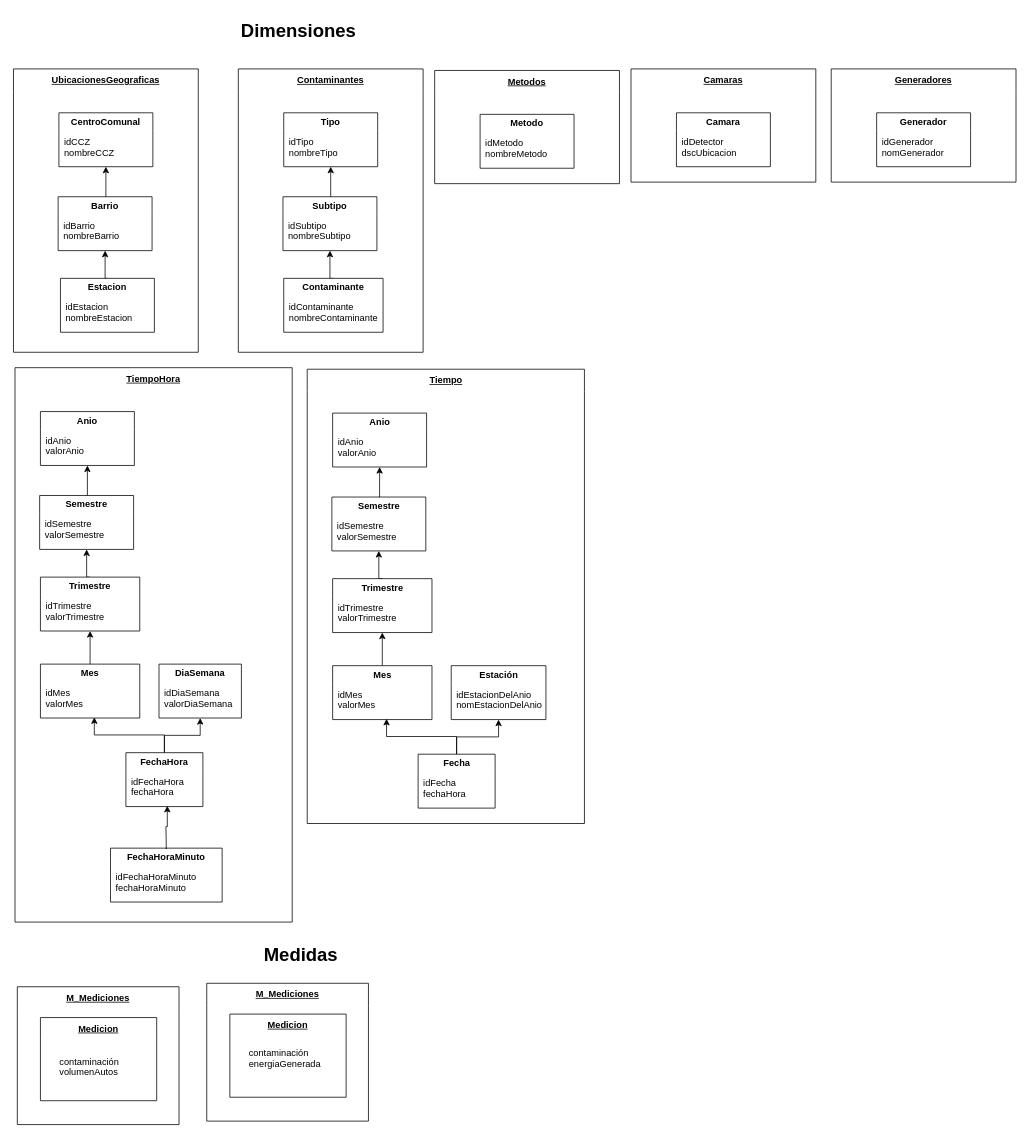
The draw.io diagram 2. Diseño conceptual/Dimensiones y Medidas.drawio in gonzalomelov/dw-calidad-aire-docs, before the edit. Source tidied: cells renumbered, new cells numbered last; positions are measured from the earlier drawing's top-left corner, leaving out a move shared by most shapes. Both pictures are drawn from the tidied source at 77%, with x=0, y=0 at pixel (13, 13).
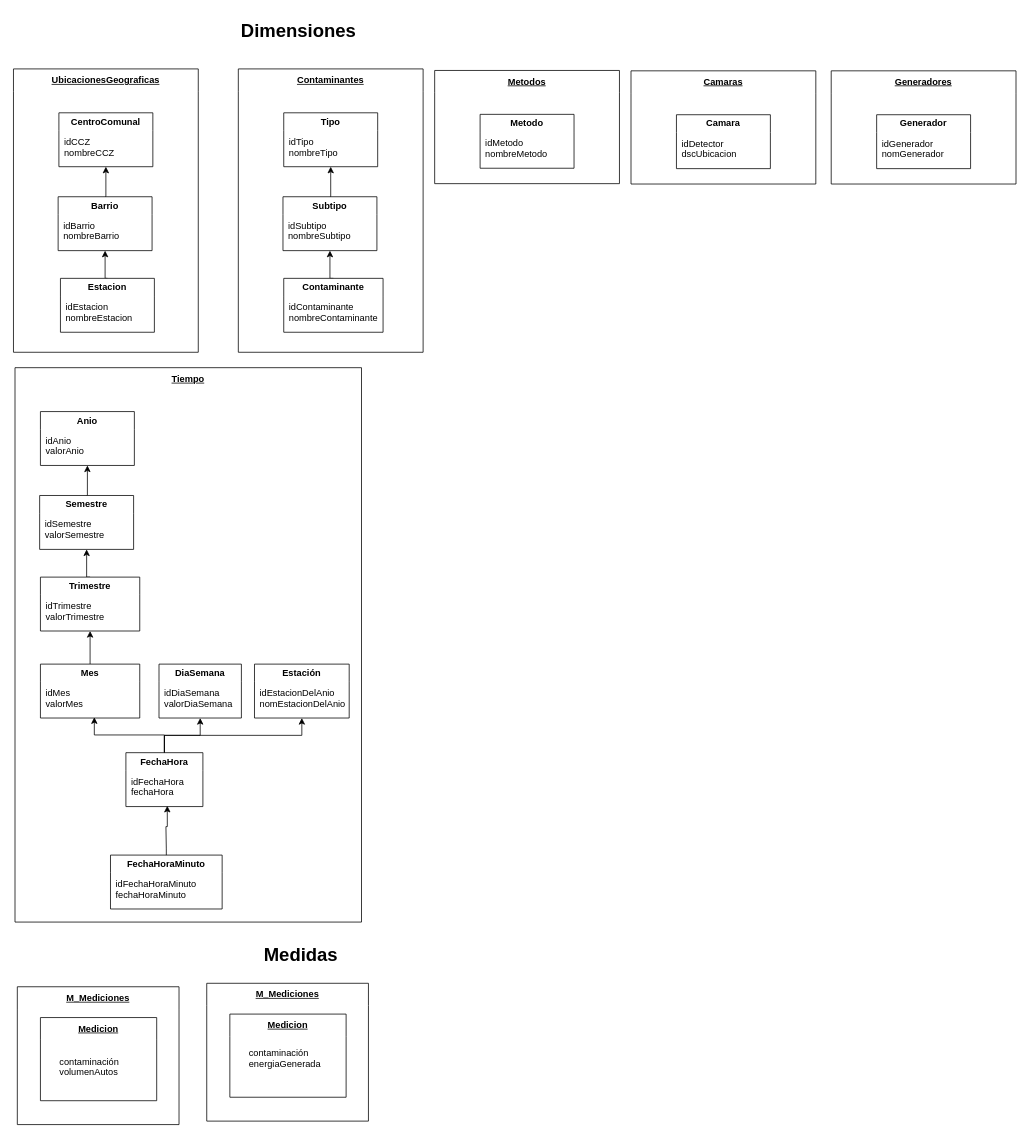
The same diagram, later.

The change refers to these unchanged cells:
```xml
<mxCell id="49" value="FechaHora" style="swimlane;swimlaneLine=0;whiteSpace=wrap;" parent="1" vertex="1">
  <mxGeometry x="146" y="960" width="100" height="70" as="geometry" />
</mxCell>
```

Change to the diagram source:
```diff
@@
     <mxCell id="25" value="Camaras" style="swimlane;swimlaneLine=0;whiteSpace=wrap;startSize=29;fontStyle=5;align=center;" parent="1" vertex="1">
-      <mxGeometry x="802" y="72" width="240" height="147" as="geometry" />
+      <mxGeometry x="802" y="74.5" width="240" height="147" as="geometry" />
     </mxCell>
@@
-    <mxCell id="31" value="TiempoHora" style="swimlane;swimlaneLine=0;whiteSpace=wrap;startSize=29;fontStyle=5;align=center;" parent="1" vertex="1">
-      <mxGeometry x="2" y="460" width="360" height="720" as="geometry" />
+    <mxCell id="31" value="Tiempo" style="swimlane;swimlaneLine=0;whiteSpace=wrap;startSize=29;fontStyle=5;align=center;" parent="1" vertex="1">
+      <mxGeometry x="2" y="460" width="450" height="720" as="geometry" />
     </mxCell>
@@
     <mxCell id="45" value="FechaHoraMinuto" style="swimlane;swimlaneLine=0;whiteSpace=wrap;" parent="31" vertex="1">
-      <mxGeometry x="124" y="624" width="145" height="70" as="geometry" />
+      <mxGeometry x="124" y="633" width="145" height="70" as="geometry" />
     </mxCell>
@@
+    <mxCell id="70" value="Estación" style="swimlane;swimlaneLine=0;whiteSpace=wrap;" parent="31" vertex="1">
+      <mxGeometry x="311" y="385" width="123" height="70" as="geometry" />
+    </mxCell>
+    <mxCell id="71" value="idEstacionDelAnio&#10;nomEstacionDelAnio" style="text;align=left;verticalAlign=middle;" parent="70" vertex="1">
+      <mxGeometry x="5" y="19" width="130" height="50" as="geometry" />
+    </mxCell>
@@
     <mxCell id="55" value="Generadores" style="swimlane;swimlaneLine=0;whiteSpace=wrap;startSize=29;fontStyle=5;align=center;" parent="1" vertex="1">
-      <mxGeometry x="1062" y="72" width="240" height="147" as="geometry" />
+      <mxGeometry x="1062" y="74.5" width="240" height="147" as="geometry" />
     </mxCell>
@@
-    <mxCell id="58" value="Tiempo" style="swimlane;swimlaneLine=0;whiteSpace=wrap;startSize=29;fontStyle=5;align=center;" parent="1" vertex="1">
-      <mxGeometry x="381.5" y="462" width="360" height="590" as="geometry" />
-    </mxCell>
-    <mxCell id="59" value="Anio" style="swimlane;swimlaneLine=0;whiteSpace=wrap;" parent="58" vertex="1">
-      <mxGeometry x="33" y="57" width="122" height="70" as="geometry" />
-    </mxCell>
-    <mxCell id="60" value="idAnio&#10;valorAnio" style="text;align=left;verticalAlign=middle;" parent="59" vertex="1">
-      <mxGeometry x="5" y="19" width="130" height="50" as="geometry" />
-    </mxCell>
-    <mxCell id="61" style="edgeStyle=orthogonalEdgeStyle;rounded=0;html=1;exitX=0.5;exitY=0;entryX=0.5;entryY=1;jettySize=auto;" parent="58" edge="1" source="62" target="59">
-      <mxGeometry relative="1" as="geometry" />
-    </mxCell>
-    <mxCell id="62" value="Semestre" style="swimlane;swimlaneLine=0;whiteSpace=wrap;" parent="58" vertex="1">
-      <mxGeometry x="32" y="166" width="122" height="70" as="geometry" />
-    </mxCell>
-    <mxCell id="63" value="idSemestre&#10;valorSemestre" style="text;align=left;verticalAlign=middle;" parent="62" vertex="1">
-      <mxGeometry x="5" y="19" width="130" height="50" as="geometry" />
-    </mxCell>
-    <mxCell id="64" style="edgeStyle=orthogonalEdgeStyle;rounded=0;html=1;exitX=0.5;exitY=0;entryX=0.5;entryY=1;jettySize=auto;" parent="58" edge="1" source="65" target="62">
-      <mxGeometry relative="1" as="geometry" />
-    </mxCell>
-    <mxCell id="65" value="Trimestre" style="swimlane;swimlaneLine=0;whiteSpace=wrap;" parent="58" vertex="1">
-      <mxGeometry x="33" y="272" width="129" height="70" as="geometry" />
-    </mxCell>
-    <mxCell id="66" value="idTrimestre&#10;valorTrimestre" style="text;align=left;verticalAlign=middle;" parent="65" vertex="1">
-      <mxGeometry x="5" y="19" width="130" height="50" as="geometry" />
-    </mxCell>
-    <mxCell id="67" style="edgeStyle=orthogonalEdgeStyle;rounded=0;html=1;exitX=0.5;exitY=0;entryX=0.5;entryY=1;jettySize=auto;" parent="58" edge="1" source="68" target="65">
-      <mxGeometry relative="1" as="geometry" />
-    </mxCell>
-    <mxCell id="68" value="Mes" style="swimlane;swimlaneLine=0;whiteSpace=wrap;" parent="58" vertex="1">
-      <mxGeometry x="33" y="385" width="129" height="70" as="geometry" />
-    </mxCell>
-    <mxCell id="69" value="idMes&#10;valorMes" style="text;align=left;verticalAlign=middle;" parent="68" vertex="1">
-      <mxGeometry x="5" y="19" width="130" height="50" as="geometry" />
-    </mxCell>
-    <mxCell id="70" value="Estación" style="swimlane;swimlaneLine=0;whiteSpace=wrap;" parent="58" vertex="1">
-      <mxGeometry x="187" y="385" width="123" height="70" as="geometry" />
-    </mxCell>
-    <mxCell id="71" value="idEstacionDelAnio&#10;nomEstacionDelAnio" style="text;align=left;verticalAlign=middle;" parent="70" vertex="1">
-      <mxGeometry x="5" y="19" width="130" height="50" as="geometry" />
-    </mxCell>
-    <mxCell id="72" style="edgeStyle=orthogonalEdgeStyle;rounded=0;html=1;exitX=0.5;exitY=0;entryX=0.5;entryY=1;jettySize=auto;" parent="1" edge="1" source="74" target="69">
-      <mxGeometry relative="1" as="geometry" />
-    </mxCell>
-    <mxCell id="73" style="edgeStyle=orthogonalEdgeStyle;rounded=0;html=1;exitX=0.5;exitY=0;entryX=0.5;entryY=1;jettySize=auto;" parent="1" edge="1" source="74" target="70">
-      <mxGeometry relative="1" as="geometry" />
-    </mxCell>
-    <mxCell id="74" value="Fecha" style="swimlane;swimlaneLine=0;whiteSpace=wrap;" parent="1" vertex="1">
-      <mxGeometry x="525.5" y="962" width="100" height="70" as="geometry" />
-    </mxCell>
-    <mxCell id="75" value="idFecha&#10;fechaHora" style="text;align=left;verticalAlign=middle;" parent="74" vertex="1">
-      <mxGeometry x="5" y="19" width="65" height="50" as="geometry" />
-    </mxCell>
+    <mxCell id="76" style="edgeStyle=orthogonalEdgeStyle;rounded=0;html=1;exitX=0.5;exitY=0;entryX=0.5;entryY=1;jettySize=auto;" parent="1" edge="1" source="49" target="70">
+      <mxGeometry relative="1" as="geometry" />
+    </mxCell>
```
